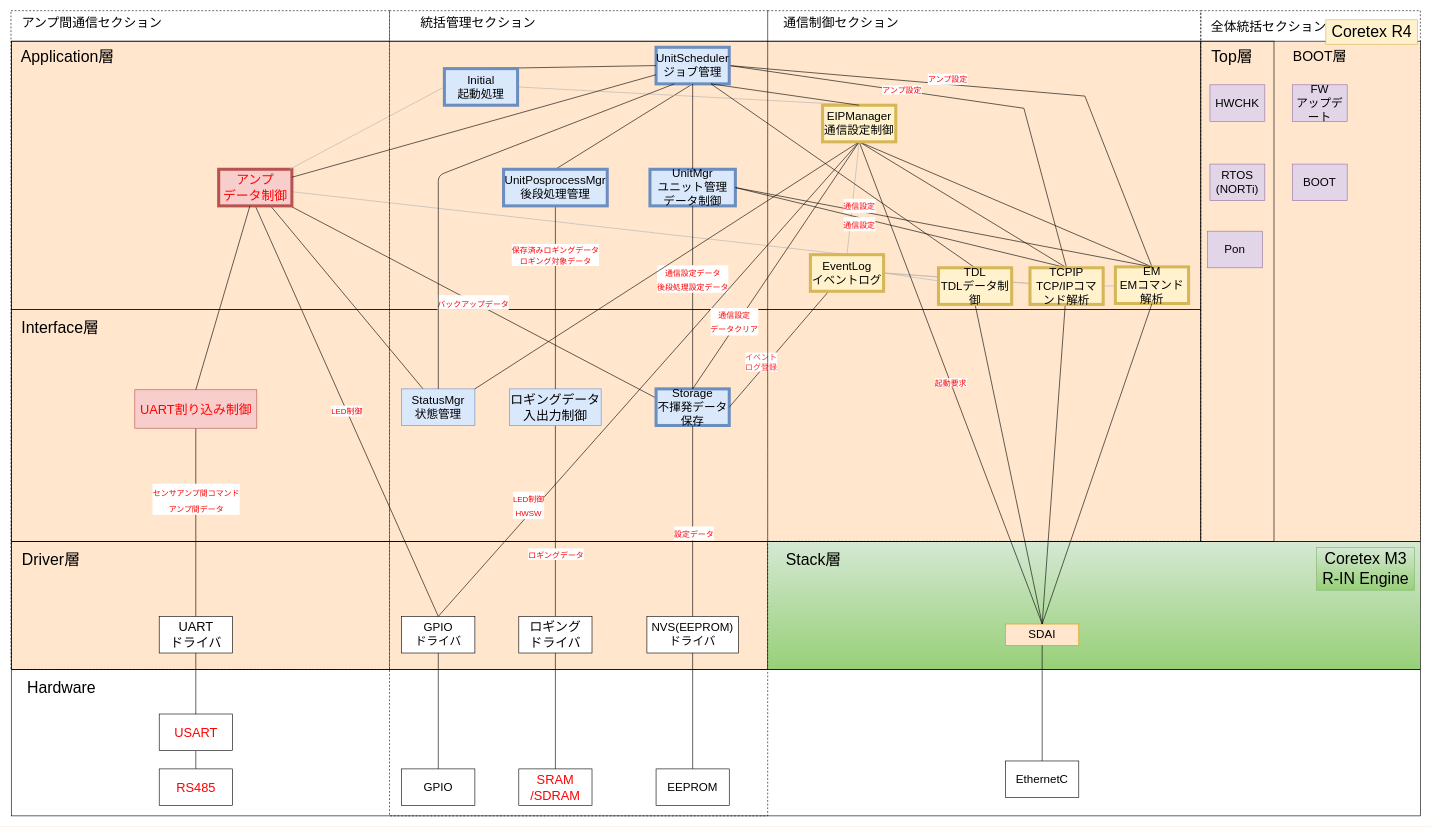
Before: page "RevG_NewスマNWU静的構造_完全版" (7 of 13) of NWユニット_アーキテクチャ図.drawio in YutaSuzukiGARI/nwunit, a draw.io diagram. Source tidied: cells renumbered, new cells numbered last; positions are measured from the earlier drawing's top-left corner, leaving out a move shared by most shapes. Both pictures are drawn from the tidied source at 61%, with x=0, y=0 at pixel (11, 10).
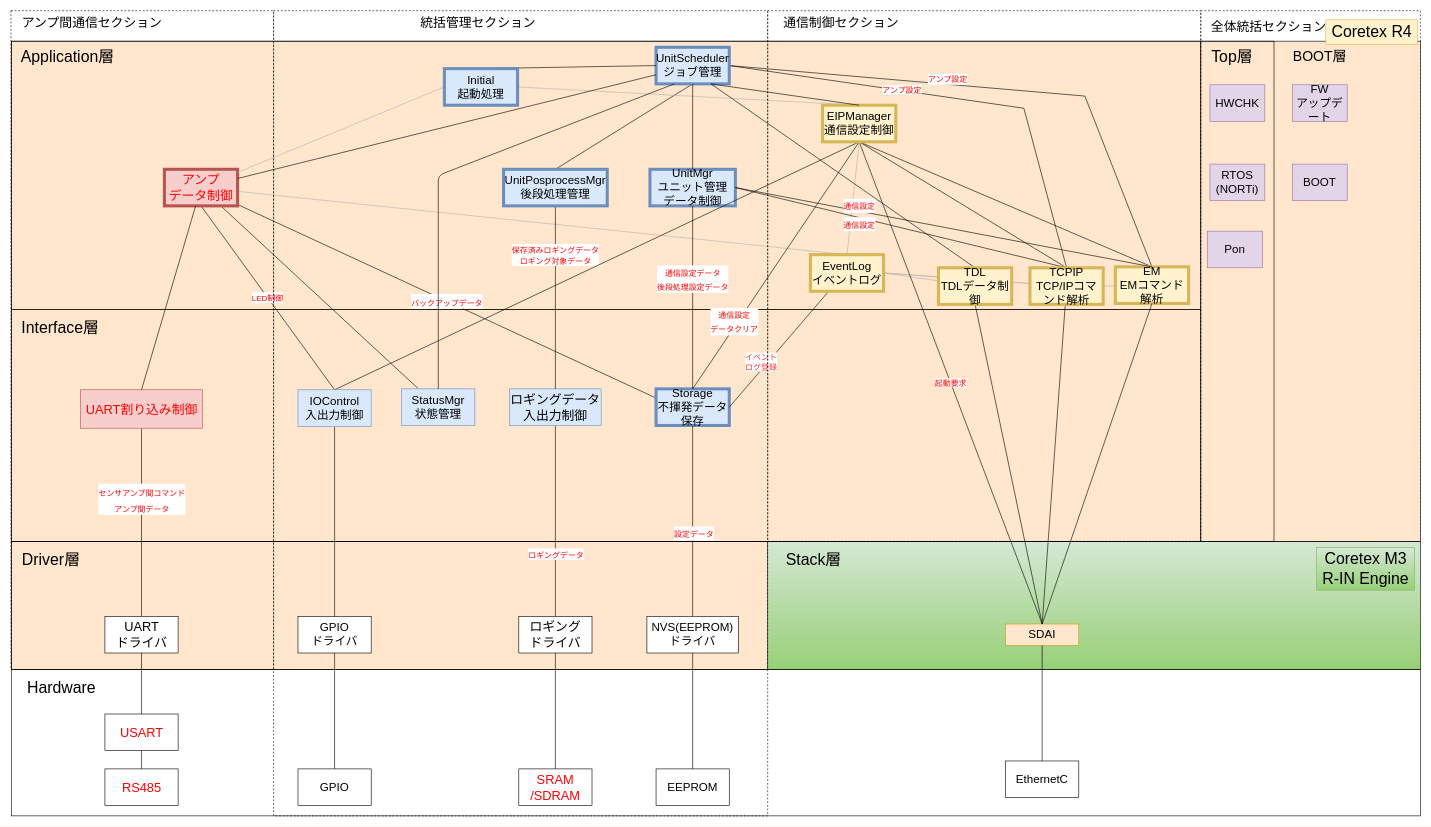
The same diagram, later.

Commit message:
IOControl_入出力制御を追加

The change refers to these unchanged cells:
```xml
<mxCell id="95" value="EIPManager&lt;br style=&quot;font-size: 19px;&quot;&gt;通信設定制御" style="rounded=0;whiteSpace=wrap;html=1;fillColor=#fff2cc;strokeColor=#d6b656;fontSize=19;strokeWidth=5;fontColor=default;" parent="1" vertex="1">
  <mxGeometry x="1330" y="155" width="120" height="60" as="geometry" />
</mxCell>
```

Change to the diagram source:
```diff
@@
-    <mxCell id="13" value="&lt;font color=&quot;#ff0000&quot; style=&quot;font-size: 13px&quot;&gt;LED制御&lt;/font&gt;" style="edgeStyle=none;rounded=0;jettySize=auto;html=1;entryX=0.5;entryY=0;entryDx=0;entryDy=0;fontSize=15;fontColor=#CC0000;endArrow=none;endFill=0;strokeColor=#000000;exitX=0.5;exitY=1;exitDx=0;exitDy=0;" parent="1" edge="1" source="16" target="47">
+    <mxCell id="13" value="&lt;font color=&quot;#ff0000&quot; style=&quot;font-size: 13px&quot;&gt;LED制御&lt;/font&gt;" style="edgeStyle=none;rounded=0;jettySize=auto;html=1;entryX=0.5;entryY=0;entryDx=0;entryDy=0;fontSize=15;fontColor=#CC0000;endArrow=none;endFill=0;strokeColor=#000000;exitX=0.5;exitY=1;exitDx=0;exitDy=0;labelBackgroundColor=default;" parent="1" edge="1" source="16" target="108">
       <mxGeometry relative="1" as="geometry" />
     </mxCell>
@@
     <mxCell id="16" value="アンプ&lt;br&gt;データ制御" style="rounded=0;whiteSpace=wrap;html=1;fillColor=#f8cecc;strokeColor=#b85450;fontColor=#FF0000;fontSize=21;strokeWidth=5;" parent="1" vertex="1">
-      <mxGeometry x="340" y="260" width="120" height="60" as="geometry" />
+      <mxGeometry x="251" y="260" width="120" height="60" as="geometry" />
     </mxCell>
@@
-    <mxCell id="20" value="StatusMgr&lt;br style=&quot;font-size: 19px&quot;&gt;状態管理" style="rounded=0;whiteSpace=wrap;html=1;fillColor=#dae8fc;strokeColor=#6c8ebf;fontSize=19;" parent="1" vertex="1">
+    <mxCell id="20" value="StatusMgr&lt;br style=&quot;font-size: 19px&quot;&gt;状態管理" style="rounded=0;whiteSpace=wrap;html=1;fillColor=#dae8fc;strokeColor=#6c8ebf;fontSize=19;fontColor=default;" parent="1" vertex="1">
       <mxGeometry x="640" y="620" width="120" height="60" as="geometry" />
     </mxCell>
@@
-    <mxCell id="46" style="edgeStyle=none;rounded=0;jettySize=auto;html=1;entryX=0.5;entryY=0;entryDx=0;entryDy=0;endArrow=none;endFill=0;fontSize=19;" parent="1" edge="1" source="47" target="68">
+    <mxCell id="46" style="edgeStyle=none;rounded=0;jettySize=auto;html=1;entryX=0.5;entryY=0;entryDx=0;entryDy=0;endArrow=none;endFill=0;fontSize=19;strokeColor=default;labelBackgroundColor=default;fontColor=default;" parent="1" edge="1" source="47" target="68">
       <mxGeometry relative="1" as="geometry" />
     </mxCell>
-    <mxCell id="47" value="GPIO&lt;br style=&quot;font-size: 19px;&quot;&gt;ドライバ" style="rounded=0;whiteSpace=wrap;html=1;fontSize=19;fillColor=default;strokeColor=default;fontColor=default;" parent="1" vertex="1">
-      <mxGeometry x="640" y="993" width="120" height="60" as="geometry" />
+    <mxCell id="47" value="GPIO&lt;br style=&quot;font-size: 19px;&quot;&gt;ドライバ" style="rounded=0;whiteSpace=wrap;html=1;fontSize=19;fillColor=default;strokeColor=default;fontColor=default;labelBackgroundColor=default;" parent="1" vertex="1">
+      <mxGeometry x="470" y="993" width="120" height="60" as="geometry" />
     </mxCell>
@@
     <mxCell id="49" value="USART" style="rounded=0;whiteSpace=wrap;html=1;fontColor=#FF0000;fontSize=21;" parent="1" vertex="1">
-      <mxGeometry x="242.5" y="1153" width="120" height="60" as="geometry" />
+      <mxGeometry x="153.5" y="1153" width="120" height="60" as="geometry" />
     </mxCell>
@@
     <mxCell id="64" value="UART&lt;br style=&quot;font-size: 21px;&quot;&gt;ドライバ" style="rounded=0;whiteSpace=wrap;html=1;fontColor=#000000;fontSize=21;fillColor=default;strokeColor=default;" parent="1" vertex="1">
-      <mxGeometry x="242.5" y="993" width="120" height="60" as="geometry" />
+      <mxGeometry x="153.5" y="993" width="120" height="60" as="geometry" />
     </mxCell>
@@
     <mxCell id="66" value="RS485" style="rounded=0;whiteSpace=wrap;html=1;fontColor=#FF0000;fontSize=21;" parent="1" vertex="1">
-      <mxGeometry x="242.5" y="1243" width="120" height="60" as="geometry" />
+      <mxGeometry x="153.5" y="1243" width="120" height="60" as="geometry" />
     </mxCell>
@@
-    <mxCell id="68" value="GPIO" style="rounded=0;whiteSpace=wrap;html=1;fontSize=19;fillColor=default;strokeColor=default;fontColor=default;" parent="1" vertex="1">
-      <mxGeometry x="640" y="1243" width="120" height="60" as="geometry" />
+    <mxCell id="68" value="GPIO" style="rounded=0;whiteSpace=wrap;html=1;fontSize=19;fillColor=default;strokeColor=default;fontColor=default;labelBackgroundColor=default;" parent="1" vertex="1">
+      <mxGeometry x="470" y="1243" width="120" height="60" as="geometry" />
     </mxCell>
@@
     <mxCell id="74" value="UART割り込み制御" style="rounded=0;whiteSpace=wrap;html=1;fillColor=#f8cecc;strokeColor=#b85450;fontColor=#FF0000;fontSize=21;" parent="1" vertex="1">
-      <mxGeometry x="202.5" y="621.5" width="200" height="63" as="geometry" />
+      <mxGeometry x="113.5" y="621.5" width="200" height="63" as="geometry" />
     </mxCell>
@@
-    <mxCell id="82" value="&lt;font style=&quot;font-size: 13px&quot;&gt;LED制御&lt;br&gt;HWSW&lt;/font&gt;" style="endArrow=none;html=1;endFill=0;exitX=0.5;exitY=1;exitDx=0;exitDy=0;entryX=0.5;entryY=0;entryDx=0;entryDy=0;fontColor=#FF0000;fontSize=19;strokeColor=default;labelBackgroundColor=default;" parent="1" edge="1" source="95" target="47">
-      <mxGeometry x="0.55" y="-9" relative="1" as="geometry">
-        <mxPoint y="-1" as="offset" />
-      </mxGeometry>
-    </mxCell>
@@
-    <mxCell id="93" style="edgeStyle=none;rounded=0;jettySize=auto;html=1;entryX=1;entryY=0;entryDx=0;entryDy=0;labelBackgroundColor=default;fontSize=13;fontColor=default;endArrow=none;endFill=0;strokeColor=default;exitX=0.5;exitY=1;exitDx=0;exitDy=0;" parent="1" edge="1" source="95" target="20">
+    <mxCell id="93" style="edgeStyle=none;rounded=0;jettySize=auto;html=1;entryX=0.5;entryY=0;entryDx=0;entryDy=0;labelBackgroundColor=default;fontSize=13;fontColor=default;endArrow=none;endFill=0;strokeColor=default;exitX=0.5;exitY=1;exitDx=0;exitDy=0;" parent="1" edge="1" source="95" target="108">
       <mxGeometry relative="1" as="geometry" />
     </mxCell>
@@
     <mxCell id="105" style="rounded=0;whiteSpace=wrap;html=1;fillColor=none;dashed=1;strokeColor=default;fontColor=default;" parent="1" vertex="1">
-      <mxGeometry x="620" width="620" height="1320" as="geometry" />
+      <mxGeometry x="430" width="810" height="1320" as="geometry" />
     </mxCell>
     <mxCell id="106" style="rounded=0;whiteSpace=wrap;html=1;fillColor=none;dashed=1;strokeColor=default;fontColor=default;" parent="1" vertex="1">
-      <mxGeometry x="-0.5" width="620.5" height="1080" as="geometry" />
+      <mxGeometry x="-0.5" width="430.5" height="1080" as="geometry" />
     </mxCell>
+    <mxCell id="107" style="edgeStyle=none;rounded=0;jettySize=auto;html=1;labelBackgroundColor=default;fontSize=13;fontColor=default;endArrow=none;endFill=0;strokeColor=default;" parent="1" edge="1" source="108" target="47">
+      <mxGeometry relative="1" as="geometry" />
+    </mxCell>
+    <mxCell id="108" value="IOControl&lt;br style=&quot;font-size: 19px&quot;&gt;入出力制御" style="rounded=0;whiteSpace=wrap;html=1;fillColor=#dae8fc;strokeColor=#6c8ebf;fontSize=19;fontColor=default;" parent="1" vertex="1">
+      <mxGeometry x="470" y="621.5" width="120" height="60" as="geometry" />
+    </mxCell>
```
